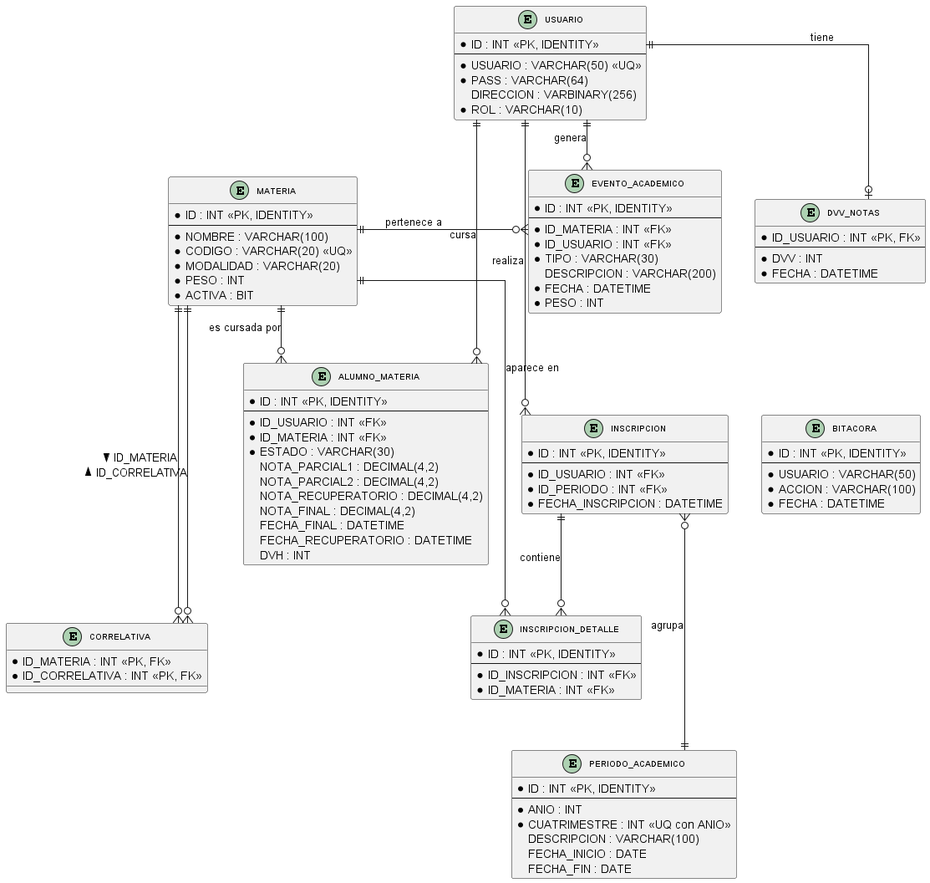
Before: DIAGRAMAS/DER.png, a diagram exported from PlantUML (Urrels/tpDYAWeb).
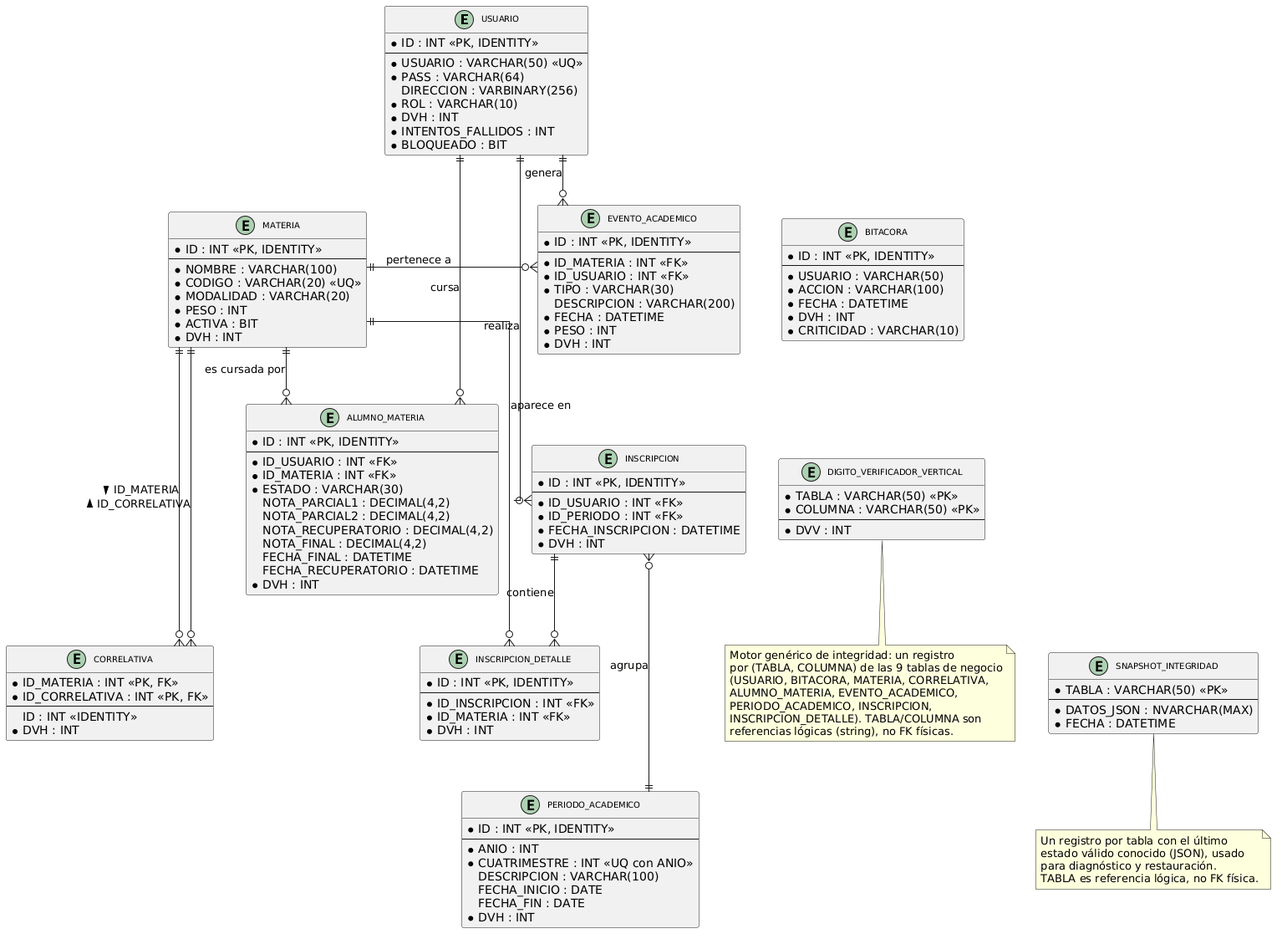
Above is the later version.

What changed in the source:
```diff
@@ -1,4 +1,4 @@
-@startuml DER
+@startuml
 top to bottom direction
 skinparam entityAttributeIconSize 0
 skinparam classFontSize 10
@@ -16,6 +16,9 @@
   *PASS : VARCHAR(64)
   DIRECCION : VARBINARY(256)
   *ROL : VARCHAR(10)
+  *DVH : INT
+  *INTENTOS_FALLIDOS : INT
+  *BLOQUEADO : BIT
 }
 
 entity "BITACORA" as BITACORA {
@@ -24,6 +27,8 @@
   *USUARIO : VARCHAR(50)
   *ACCION : VARCHAR(100)
   *FECHA : DATETIME
+  *DVH : INT
+  *CRITICIDAD : VARCHAR(10)
 }
 
 entity "MATERIA" as MATERIA {
@@ -34,11 +39,15 @@
   *MODALIDAD : VARCHAR(20)
   *PESO : INT
   *ACTIVA : BIT
+  *DVH : INT
 }
 
 entity "CORRELATIVA" as CORRELATIVA {
   *ID_MATERIA : INT <<PK, FK>>
   *ID_CORRELATIVA : INT <<PK, FK>>
+  --
+  ID : INT <<IDENTITY>>
+  *DVH : INT
 }
 
 entity "ALUMNO_MATERIA" as ALUMNO_MATERIA {
@@ -53,14 +62,7 @@
   NOTA_FINAL : DECIMAL(4,2)
   FECHA_FINAL : DATETIME
   FECHA_RECUPERATORIO : DATETIME
-  DVH : INT
-}
-
-entity "DVV_NOTAS" as DVV_NOTAS {
-  *ID_USUARIO : INT <<PK, FK>>
-  --
-  *DVV : INT
-  *FECHA : DATETIME
+  *DVH : INT
 }
 
 entity "EVENTO_ACADEMICO" as EVENTO_ACADEMICO {
@@ -72,6 +74,7 @@
   DESCRIPCION : VARCHAR(200)
   *FECHA : DATETIME
   *PESO : INT
+  *DVH : INT
 }
 
 entity "PERIODO_ACADEMICO" as PERIODO_ACADEMICO {
@@ -82,6 +85,7 @@
   DESCRIPCION : VARCHAR(100)
   FECHA_INICIO : DATE
   FECHA_FIN : DATE
+  *DVH : INT
 }
 
 entity "INSCRIPCION" as INSCRIPCION {
@@ -90,6 +94,7 @@
   *ID_USUARIO : INT <<FK>>
   *ID_PERIODO : INT <<FK>>
   *FECHA_INSCRIPCION : DATETIME
+  *DVH : INT
 }
 
 entity "INSCRIPCION_DETALLE" as INSCRIPCION_DETALLE {
@@ -97,13 +102,43 @@
   --
   *ID_INSCRIPCION : INT <<FK>>
   *ID_MATERIA : INT <<FK>>
+  *DVH : INT
 }
+
+entity "DIGITO_VERIFICADOR_VERTICAL" as DVV {
+  *TABLA : VARCHAR(50) <<PK>>
+  *COLUMNA : VARCHAR(50) <<PK>>
+  --
+  *DVV : INT
+}
+
+entity "SNAPSHOT_INTEGRIDAD" as SNAPSHOT {
+  *TABLA : VARCHAR(50) <<PK>>
+  --
+  *DATOS_JSON : NVARCHAR(MAX)
+  *FECHA : DATETIME
+}
+
+note bottom of DVV
+  Motor genérico de integridad: un registro
+  por (TABLA, COLUMNA) de las 9 tablas de negocio
+  (USUARIO, BITACORA, MATERIA, CORRELATIVA,
+  ALUMNO_MATERIA, EVENTO_ACADEMICO,
+  PERIODO_ACADEMICO, INSCRIPCION,
+  INSCRIPCION_DETALLE). TABLA/COLUMNA son
+  referencias lógicas (string), no FK físicas.
+end note
+
+note bottom of SNAPSHOT
+  Un registro por tabla con el último
+  estado válido conocido (JSON), usado
+  para diagnóstico y restauración.
+  TABLA es referencia lógica, no FK física.
+end note
 
 
 USUARIO         ||--o{    ALUMNO_MATERIA      : "cursa"
 MATERIA         ||--o{    ALUMNO_MATERIA      : "es cursada por"
-
-USUARIO         ||--o|    DVV_NOTAS           : "tiene"
 
 USUARIO         ||--o{    EVENTO_ACADEMICO    : "genera"
 MATERIA         ||--o{    EVENTO_ACADEMICO    : "pertenece a"
@@ -117,8 +152,7 @@
 INSCRIPCION     ||--o{    INSCRIPCION_DETALLE : "contiene"
 MATERIA         ||--o{    INSCRIPCION_DETALLE : "aparece en"
 
-USUARIO    -[hidden]down-> DVV_NOTAS
-DVV_NOTAS  -[hidden]down-> BITACORA
+USUARIO    -[hidden]down-> BITACORA
 
 USUARIO    -[hidden]right-> MATERIA
 
@@ -130,4 +164,6 @@
 INSCRIPCION          -[hidden]down-> INSCRIPCION_DETALLE
 INSCRIPCION_DETALLE  -[hidden]down-> PERIODO_ACADEMICO
 
+BITACORA   -[hidden]down-> DVV
+DVV        -[hidden]down-> SNAPSHOT
 @enduml
```
